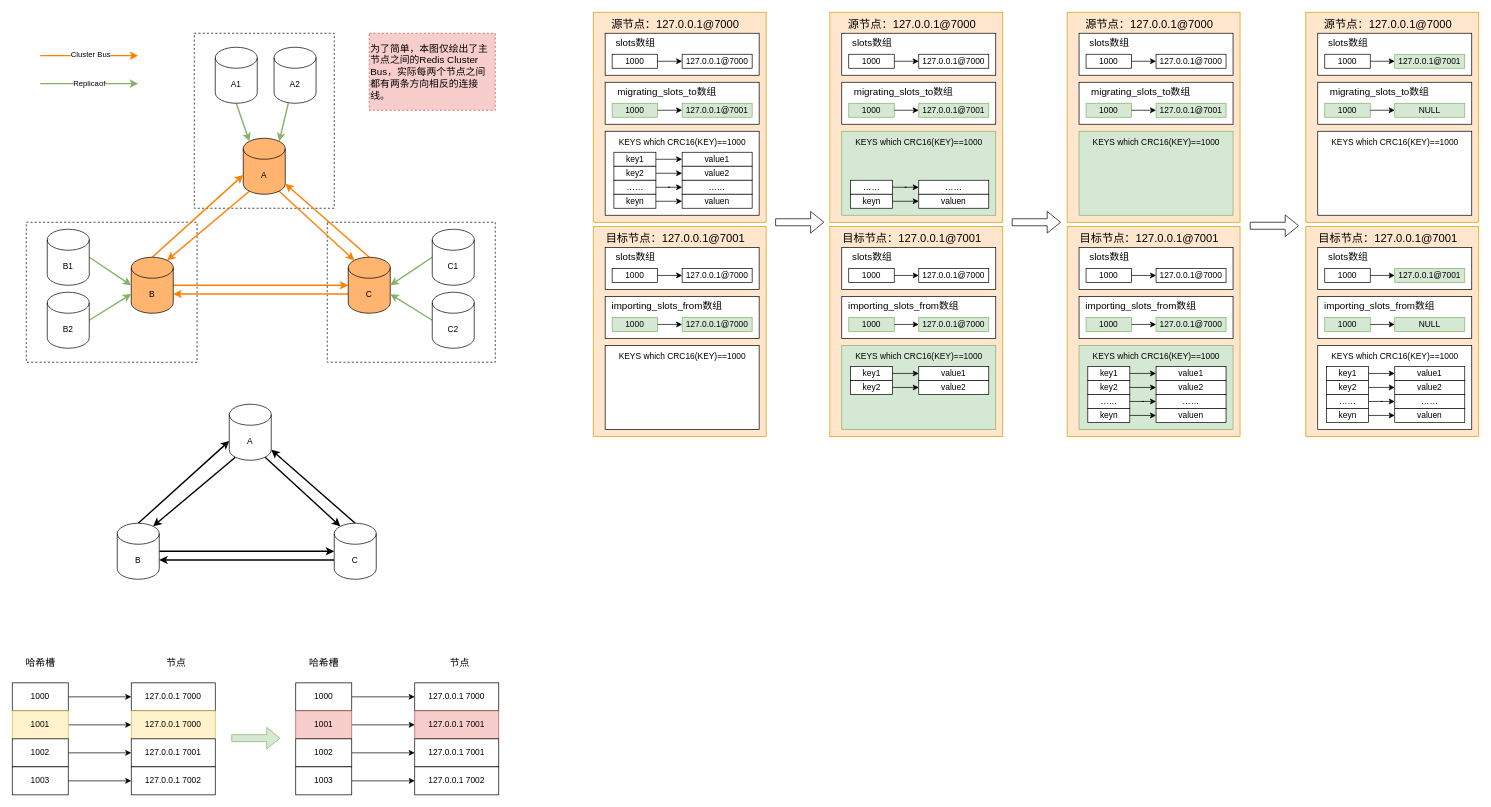
This is page "Cluster" (6 of 6) of Untitled Diagram.drawio from raysonxin/code-notes, a draw.io file, before an edit. Source tidied: cells renumbered, new cells numbered last; positions are measured from the earlier drawing's top-left corner, leaving out a move shared by most shapes. Both pictures are drawn from the tidied source at 70%, with x=0, y=0 at pixel (12, 12).
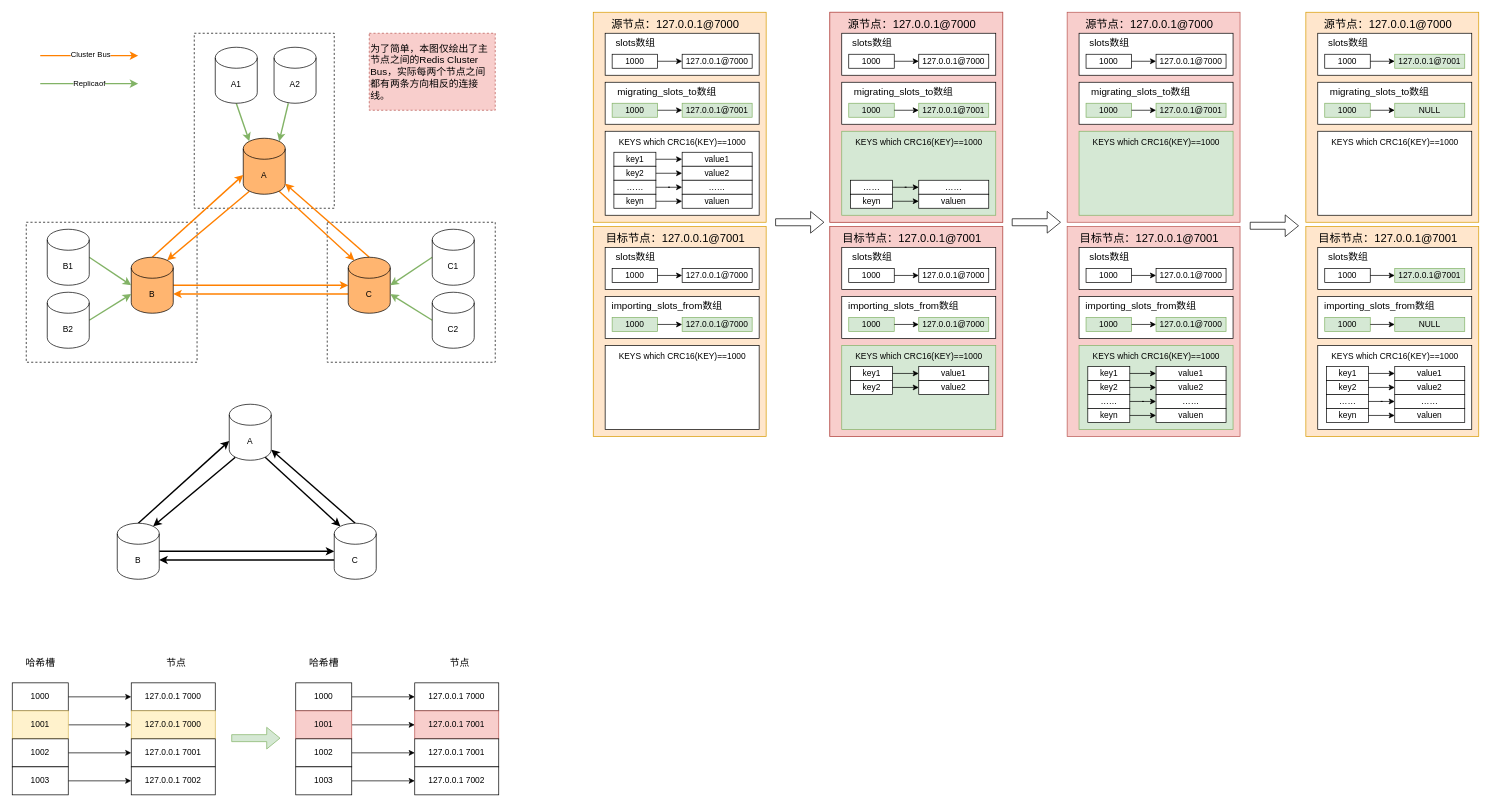
After the change.

Unchanged cells that the change refers to:
```xml
<mxCell id="158" style="group;" parent="1" vertex="1">
  <mxGeometry x="1507" width="247" height="300" as="geometry" />
</mxCell>
<mxCell id="173" style="group;" parent="1" vertex="1">
  <mxGeometry x="1507" y="306" width="247" height="300" as="geometry" />
</mxCell>
```

Diff of the diagram source:
```diff
@@
-    <mxCell id="112" style="group;" parent="1" vertex="1">
+    <mxCell id="112" style="group;fillColor=#f8cecc;strokeColor=#b85450;" parent="1" vertex="1">
       <mxGeometry x="1168" width="247" height="300" as="geometry" />
     </mxCell>
-    <mxCell id="113" style="rounded=0;whiteSpace=wrap;html=1;fontSize=14;fillColor=#ffe6cc;strokeColor=#d79b00;" parent="112" vertex="1">
+    <mxCell id="113" style="rounded=0;whiteSpace=wrap;html=1;fontSize=14;fillColor=#f8cecc;strokeColor=#b85450;" parent="112" vertex="1">
       <mxGeometry width="247" height="300" as="geometry" />
     </mxCell>
@@
-    <mxCell id="135" style="group;" parent="1" vertex="1">
+    <mxCell id="135" style="group;fillColor=#f8cecc;strokeColor=#b85450;" parent="1" vertex="1">
       <mxGeometry x="1168" y="306" width="247" height="300" as="geometry" />
     </mxCell>
-    <mxCell id="136" style="rounded=0;whiteSpace=wrap;html=1;fontSize=14;fillColor=#ffe6cc;strokeColor=#d79b00;" parent="135" vertex="1">
+    <mxCell id="136" style="rounded=0;whiteSpace=wrap;html=1;fontSize=14;fillColor=#f8cecc;strokeColor=#b85450;" parent="135" vertex="1">
       <mxGeometry width="247" height="300" as="geometry" />
     </mxCell>
@@
-    <mxCell id="159" style="rounded=0;whiteSpace=wrap;html=1;fontSize=14;fillColor=#ffe6cc;strokeColor=#d79b00;" parent="158" vertex="1">
+    <mxCell id="159" style="rounded=0;whiteSpace=wrap;html=1;fontSize=14;fillColor=#f8cecc;strokeColor=#b85450;" parent="158" vertex="1">
       <mxGeometry width="247" height="300" as="geometry" />
     </mxCell>
@@
-    <mxCell id="174" style="rounded=0;whiteSpace=wrap;html=1;fontSize=14;fillColor=#ffe6cc;strokeColor=#d79b00;" parent="173" vertex="1">
+    <mxCell id="174" style="rounded=0;whiteSpace=wrap;html=1;fontSize=14;fillColor=#f8cecc;strokeColor=#b85450;" parent="173" vertex="1">
       <mxGeometry width="247" height="300" as="geometry" />
     </mxCell>
```
